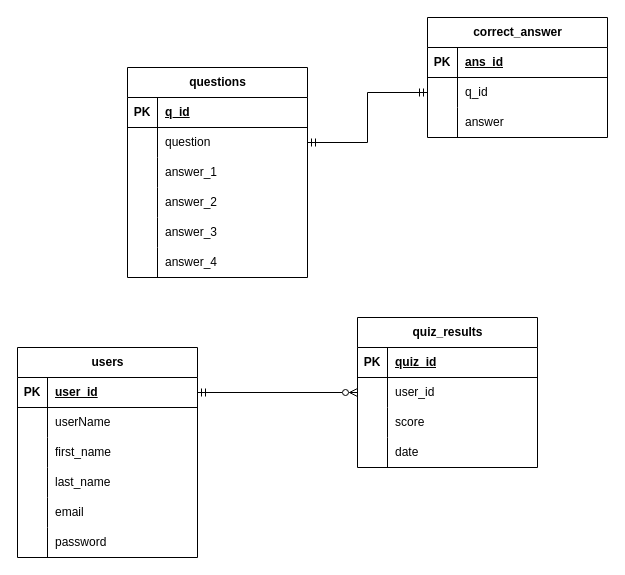
Before: Pthyon_termProject.drawio in umangSth/python_II_termProject, a draw.io diagram. Source tidied: cells renumbered, new cells numbered last; positions are measured from the earlier drawing's top-left corner, leaving out a move shared by most shapes. Both pictures are drawn from the tidied source at 100%, with x=0, y=0 at pixel (17, 17).
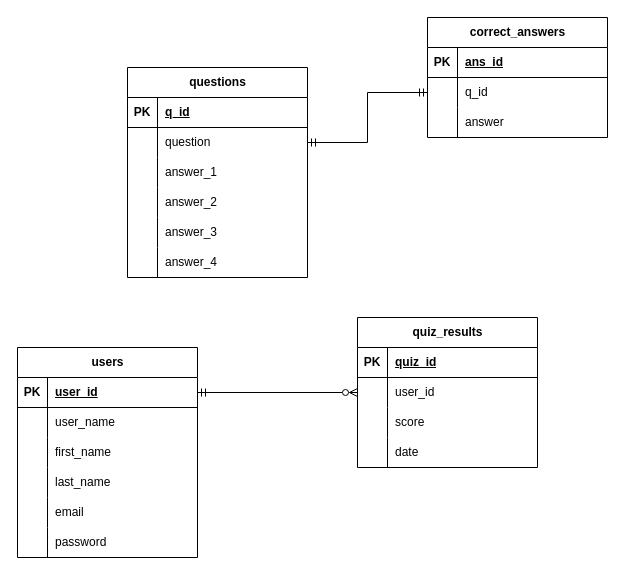
Above is the later version.

The change refers to these unchanged cells:
```xml
<mxCell id="36" style="shape=tableRow;horizontal=0;startSize=0;swimlaneHead=0;swimlaneBody=0;fillColor=none;top=0;left=0;right=0;bottom=0;" parent="32" vertex="1">
  <mxGeometry y="60" width="180" height="30" as="geometry" />
</mxCell>
```

Diff of the diagram source:
```diff
@@
-    <mxCell id="21" value="correct_answer" style="shape=table;startSize=30;childLayout=tableLayout;rowLines=0;fontStyle=1;align=center;html=1;" parent="1" vertex="1">
+    <mxCell id="21" value="correct_answers" style="shape=table;startSize=30;childLayout=tableLayout;rowLines=0;fontStyle=1;align=center;html=1;" parent="1" vertex="1">
       <mxGeometry x="410" width="180" height="120" as="geometry" />
     </mxCell>
@@
-    <mxCell id="38" value="userName" style="shape=partialRectangle;fillColor=none;top=0;left=0;bottom=0;right=0;align=left;spacingLeft=6;overflow=hidden;whiteSpace=wrap;html=1;" parent="36" vertex="1">
+    <mxCell id="38" value="user_name" style="shape=partialRectangle;fillColor=none;top=0;left=0;bottom=0;right=0;align=left;spacingLeft=6;overflow=hidden;whiteSpace=wrap;html=1;" parent="36" vertex="1">
       <mxGeometry x="30" width="150" height="30" as="geometry" />
     </mxCell>
```
